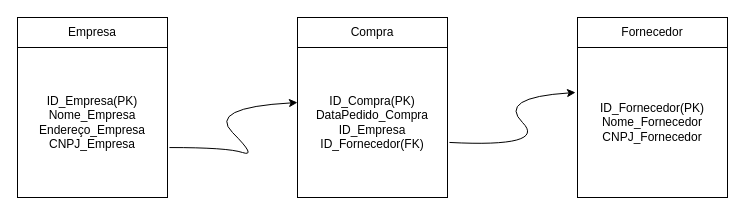
This is Atividade final UC2/Diagrama sem nome.drawio from geangela07/Atividades, a draw.io file, before an edit. Source tidied: cells renumbered, new cells numbered last; positions are measured from the earlier drawing's top-left corner, leaving out a move shared by most shapes. Both pictures are drawn from the tidied source at 100%, with x=0, y=0 at pixel (17, 17).
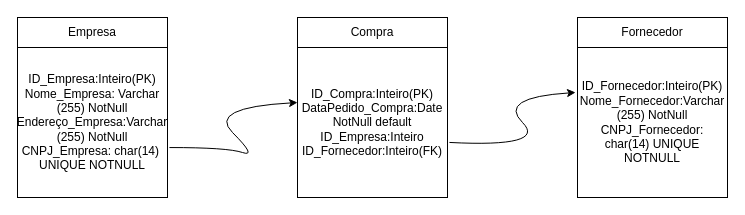
The same page after the edit.

What changed in the source:
```diff
@@
 <mxGraphModel>
   <root>
     <mxCell id="0" />
     <mxCell id="1" parent="0" />
     <mxCell id="2" value="Empresa" style="rounded=0;whiteSpace=wrap;html=1;" parent="1" vertex="1">
       <mxGeometry width="150" height="30" as="geometry" />
     </mxCell>
-    <mxCell id="3" value="ID_Empresa(PK)&lt;br&gt;Nome_Empresa&lt;br&gt;Endereço_Empresa&lt;br&gt;CNPJ_Empresa" style="whiteSpace=wrap;html=1;" parent="1" vertex="1">
+    <mxCell id="3" value="ID_Empresa:Inteiro(PK)&lt;br&gt;Nome_Empresa: Varchar (255) NotNull&lt;br&gt;Endereço_Empresa:Varchar&lt;br&gt;(255) NotNull&lt;br&gt;CNPJ_Empresa: char(14)&amp;nbsp;&lt;br&gt;UNIQUE NOTNULL" style="whiteSpace=wrap;html=1;" parent="1" vertex="1">
       <mxGeometry y="30" width="150" height="150" as="geometry" />
     </mxCell>
     <mxCell id="4" value="Compra" style="rounded=0;whiteSpace=wrap;html=1;" parent="1" vertex="1">
       <mxGeometry x="280" width="150" height="30" as="geometry" />
     </mxCell>
-    <mxCell id="5" value="ID_Compra(PK)&lt;br&gt;DataPedido_Compra&lt;br&gt;ID_Empresa&lt;br&gt;ID_Fornecedor(FK)" style="whiteSpace=wrap;html=1;" parent="1" vertex="1">
+    <mxCell id="5" value="ID_Compra:Inteiro(PK)&lt;br&gt;DataPedido_Compra:Date&lt;br&gt;NotNull default&lt;br&gt;ID_Empresa:Inteiro&lt;br&gt;ID_Fornecedor:Inteiro(FK)" style="whiteSpace=wrap;html=1;" parent="1" vertex="1">
       <mxGeometry x="280" y="30" width="150" height="150" as="geometry" />
     </mxCell>
     <mxCell id="6" value="Fornecedor" style="rounded=0;whiteSpace=wrap;html=1;" parent="1" vertex="1">
       <mxGeometry x="560" width="150" height="30" as="geometry" />
     </mxCell>
-    <mxCell id="7" value="ID_Fornecedor(PK)&lt;br&gt;Nome_Fornecedor&lt;br&gt;CNPJ_Fornecedor" style="whiteSpace=wrap;html=1;" parent="1" vertex="1">
+    <mxCell id="7" value="ID_Fornecedor:Inteiro(PK)&lt;br&gt;Nome_Fornecedor:Varchar&lt;br&gt;(255) NotNull&lt;br&gt;CNPJ_Fornecedor: char(14) UNIQUE NOTNULL" style="whiteSpace=wrap;html=1;" parent="1" vertex="1">
       <mxGeometry x="560" y="30" width="150" height="150" as="geometry" />
     </mxCell>
     <mxCell id="8" style="curved=1;endArrow=classic;html=1;rounded=0;exitX=1.013;exitY=0.667;exitDx=0;exitDy=0;exitPerimeter=0;entryX=0;entryY=0.367;entryDx=0;entryDy=0;entryPerimeter=0;" parent="1" edge="1" source="3" target="5">
       <mxGeometry relative="1" as="geometry">
         <Array as="points">
           <mxPoint x="210" y="130" />
           <mxPoint x="240" y="140" />
           <mxPoint x="190" y="90" />
         </Array>
       </mxGeometry>
     </mxCell>
     <mxCell id="9" style="curved=1;endArrow=classic;html=1;rounded=0;exitX=1.013;exitY=0.633;exitDx=0;exitDy=0;exitPerimeter=0;entryX=-0.013;entryY=0.3;entryDx=0;entryDy=0;entryPerimeter=0;" parent="1" edge="1" source="5" target="7">
       <mxGeometry relative="1" as="geometry">
         <Array as="points">
           <mxPoint x="530" y="130" />
           <mxPoint x="480" y="80" />
         </Array>
       </mxGeometry>
     </mxCell>
   </root>
 </mxGraphModel>
```
